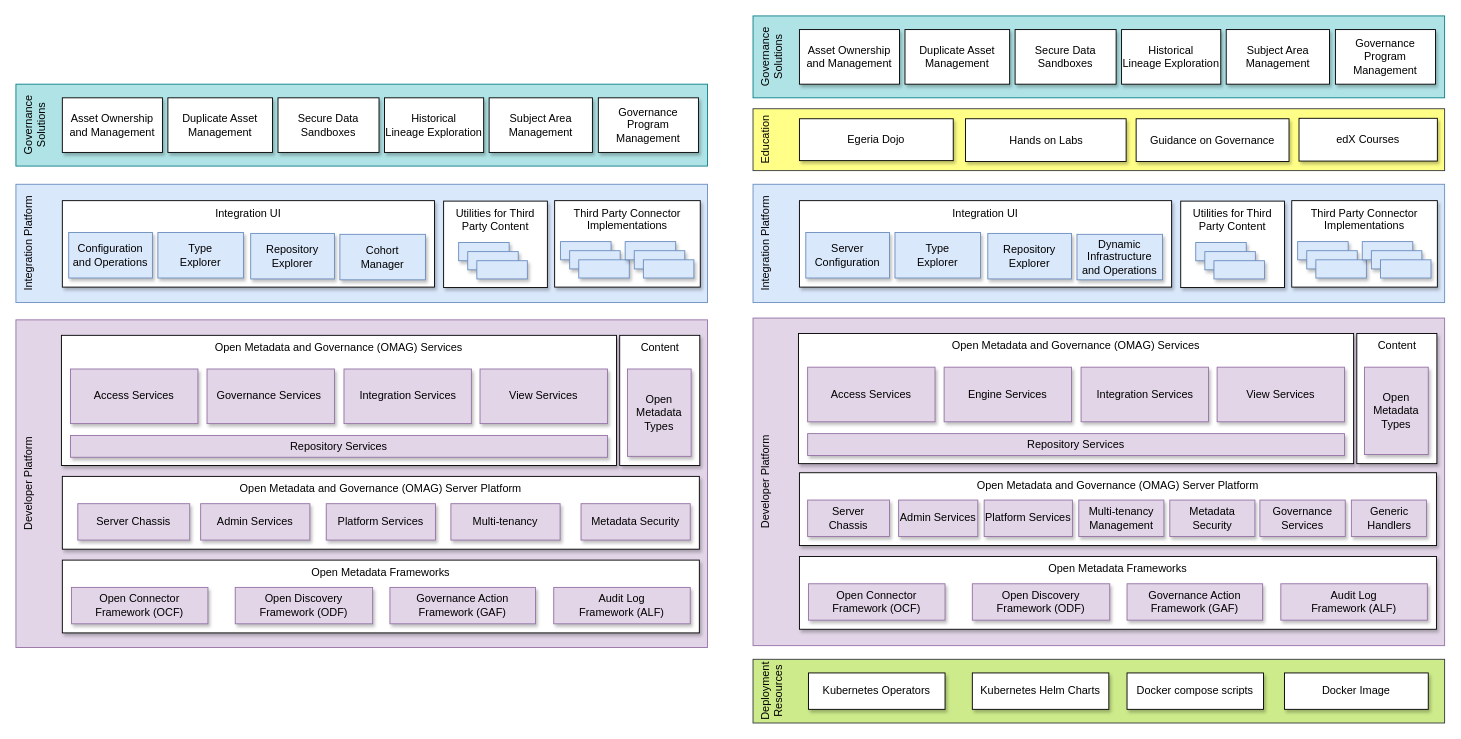
Above: page "functional-organization" (4 of 20) of open-metadata-publication/website/roadmap/egeria-status.drawio in odpi/egeria (draw.io), before the change. Source tidied: cells renumbered, new cells numbered last; positions are measured from the earlier drawing's top-left corner, leaving out a move shared by most shapes. Both pictures are drawn from the tidied source at 91%, with x=0, y=0 at pixel (15, 15).
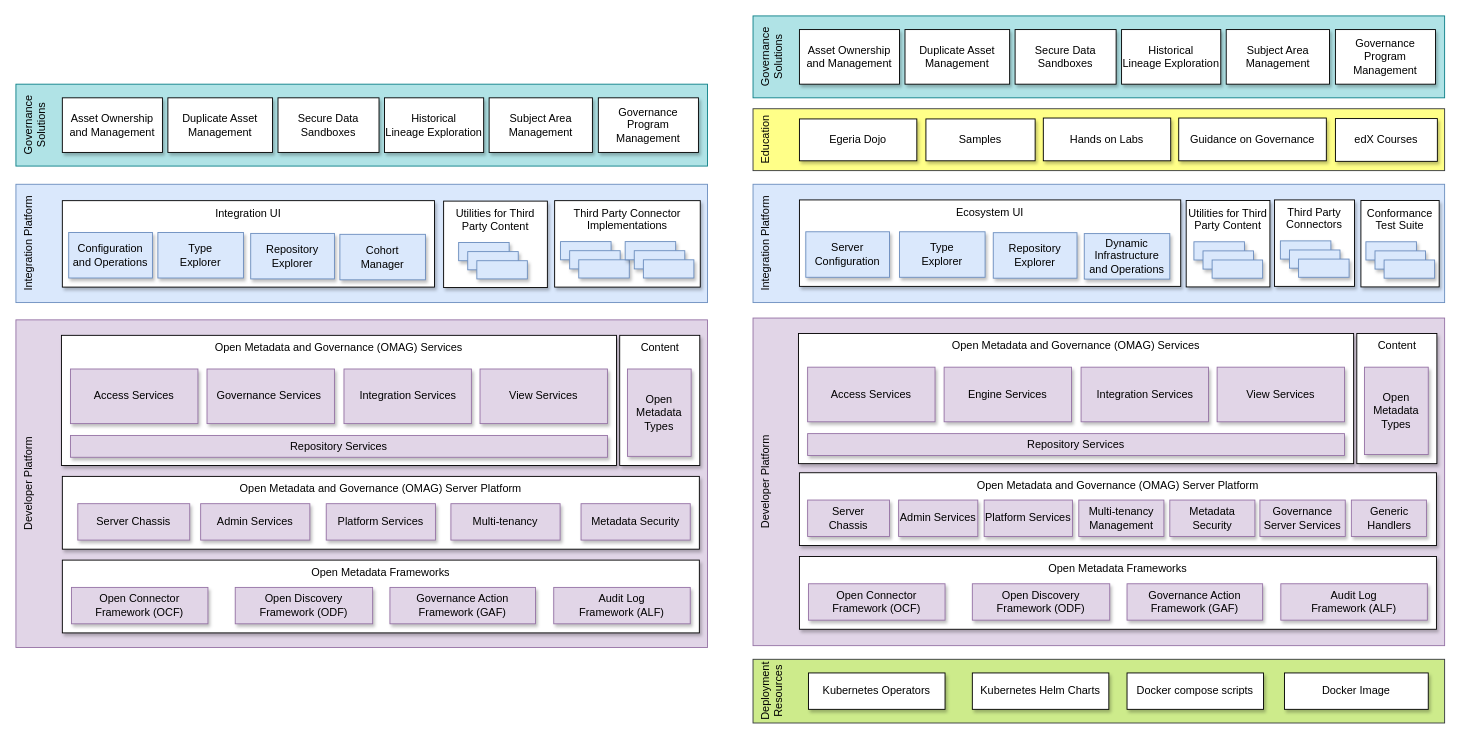
The same diagram, later.

What changed in the source:
```diff
@@
-    <mxCell id="61" value="Hands on Labs" style="rounded=0;whiteSpace=wrap;html=1;align=center;flipH=0;shadow=1;" parent="1" vertex="1">
-      <mxGeometry x="1043.5" y="113" width="176.5" height="47" as="geometry" />
-    </mxCell>
-    <mxCell id="62" value="Egeria Dojo" style="rounded=0;whiteSpace=wrap;html=1;align=center;flipH=0;shadow=1;" parent="1" vertex="1">
-      <mxGeometry x="861" y="113" width="169" height="46" as="geometry" />
-    </mxCell>
@@
-    <mxCell id="64" value="Guidance on Governance" style="rounded=0;whiteSpace=wrap;html=1;align=center;flipH=0;shadow=1;" parent="1" vertex="1">
-      <mxGeometry x="1231" y="113" width="168" height="47" as="geometry" />
-    </mxCell>
@@
-    <mxCell id="69" value="Integration UI" style="rounded=0;whiteSpace=wrap;html=1;align=center;verticalAlign=top;shadow=1;" parent="1" vertex="1">
-      <mxGeometry x="861" y="203" width="409" height="95" as="geometry" />
-    </mxCell>
-    <mxCell id="70" value="Third Party Connector&lt;br&gt;Implementations" style="rounded=0;whiteSpace=wrap;html=1;align=center;verticalAlign=top;shadow=1;" parent="1" vertex="1">
-      <mxGeometry x="1402" y="203" width="160" height="95" as="geometry" />
-    </mxCell>
-    <mxCell id="71" value="Repository&lt;br&gt;Explorer" style="rounded=0;whiteSpace=wrap;html=1;align=center;fillColor=#dae8fc;strokeColor=#6c8ebf;shadow=1;" parent="1" vertex="1">
-      <mxGeometry x="1068" y="239" width="92" height="50" as="geometry" />
-    </mxCell>
-    <mxCell id="72" value="Type&lt;br&gt;Explorer" style="rounded=0;whiteSpace=wrap;html=1;align=center;fillColor=#dae8fc;strokeColor=#6c8ebf;shadow=1;" parent="1" vertex="1">
-      <mxGeometry x="966" y="238" width="94" height="50" as="geometry" />
-    </mxCell>
-    <mxCell id="73" value="Dynamic&lt;br&gt;Infrastructure and Operations" style="rounded=0;whiteSpace=wrap;html=1;align=center;fillColor=#dae8fc;strokeColor=#6c8ebf;shadow=1;" parent="1" vertex="1">
-      <mxGeometry x="1166" y="240" width="94" height="50" as="geometry" />
-    </mxCell>
-    <mxCell id="74" style="rounded=0;whiteSpace=wrap;html=1;align=center;fillColor=#dae8fc;strokeColor=#6c8ebf;shadow=1;" parent="1" vertex="1">
-      <mxGeometry x="1408.5" y="248" width="55.5" height="20" as="geometry" />
-    </mxCell>
-    <mxCell id="75" style="rounded=0;whiteSpace=wrap;html=1;align=center;fillColor=#dae8fc;strokeColor=#6c8ebf;shadow=1;" parent="1" vertex="1">
-      <mxGeometry x="1418.5" y="258" width="55.5" height="20" as="geometry" />
-    </mxCell>
-    <mxCell id="76" style="rounded=0;whiteSpace=wrap;html=1;align=center;fillColor=#dae8fc;strokeColor=#6c8ebf;shadow=1;" parent="1" vertex="1">
-      <mxGeometry x="1428.5" y="268" width="55.5" height="20" as="geometry" />
-    </mxCell>
-    <mxCell id="77" style="rounded=0;whiteSpace=wrap;html=1;align=center;fillColor=#dae8fc;strokeColor=#6c8ebf;shadow=1;" parent="1" vertex="1">
-      <mxGeometry x="1479.5" y="248" width="55.5" height="20" as="geometry" />
-    </mxCell>
-    <mxCell id="78" style="rounded=0;whiteSpace=wrap;html=1;align=center;fillColor=#dae8fc;strokeColor=#6c8ebf;shadow=1;" parent="1" vertex="1">
-      <mxGeometry x="1489.5" y="258" width="55.5" height="20" as="geometry" />
-    </mxCell>
-    <mxCell id="79" style="rounded=0;whiteSpace=wrap;html=1;align=center;fillColor=#dae8fc;strokeColor=#6c8ebf;shadow=1;" parent="1" vertex="1">
-      <mxGeometry x="1499.5" y="268" width="55.5" height="20" as="geometry" />
-    </mxCell>
-    <mxCell id="80" value="Server&lt;br&gt;Configuration" style="rounded=0;whiteSpace=wrap;html=1;align=center;fillColor=#dae8fc;strokeColor=#6c8ebf;shadow=1;" parent="1" vertex="1">
-      <mxGeometry x="868" y="238" width="92" height="50" as="geometry" />
-    </mxCell>
-    <mxCell id="81" value="Utilities for Third Party Content" style="rounded=0;whiteSpace=wrap;html=1;align=center;verticalAlign=top;shadow=1;" parent="1" vertex="1">
-      <mxGeometry x="1280" y="203.5" width="114" height="95" as="geometry" />
-    </mxCell>
-    <mxCell id="82" style="rounded=0;whiteSpace=wrap;html=1;align=center;fillColor=#dae8fc;strokeColor=#6c8ebf;shadow=1;" parent="1" vertex="1">
-      <mxGeometry x="1296.5" y="249" width="55.5" height="20" as="geometry" />
-    </mxCell>
-    <mxCell id="83" style="rounded=0;whiteSpace=wrap;html=1;align=center;fillColor=#dae8fc;strokeColor=#6c8ebf;shadow=1;" parent="1" vertex="1">
-      <mxGeometry x="1306.5" y="259" width="55.5" height="20" as="geometry" />
-    </mxCell>
-    <mxCell id="84" style="rounded=0;whiteSpace=wrap;html=1;align=center;fillColor=#dae8fc;strokeColor=#6c8ebf;shadow=1;" parent="1" vertex="1">
-      <mxGeometry x="1316.5" y="269" width="55.5" height="20" as="geometry" />
-    </mxCell>
@@
-    <mxCell id="101" value="edX Courses" style="rounded=0;whiteSpace=wrap;html=1;align=center;flipH=0;shadow=1;" parent="1" vertex="1">
-      <mxGeometry x="1410" y="112.5" width="152" height="47" as="geometry" />
-    </mxCell>
-    <mxCell id="102" value="Governance Services" style="rounded=0;whiteSpace=wrap;html=1;align=center;shadow=1;fillColor=#e1d5e7;strokeColor=#9673a6;" parent="1" vertex="1">
+    <mxCell id="102" value="Governance Server Services" style="rounded=0;whiteSpace=wrap;html=1;align=center;shadow=1;fillColor=#e1d5e7;strokeColor=#9673a6;" parent="1" vertex="1">
       <mxGeometry x="1367" y="532" width="93.8" height="40" as="geometry" />
     </mxCell>
@@
+    <mxCell id="104" value="Ecosystem UI" style="rounded=0;whiteSpace=wrap;html=1;align=center;verticalAlign=top;shadow=1;" parent="1" vertex="1">
+      <mxGeometry x="861" y="202.2" width="419" height="95" as="geometry" />
+    </mxCell>
+    <mxCell id="105" value="Third Party&lt;br&gt;Connectors" style="rounded=0;whiteSpace=wrap;html=1;align=center;verticalAlign=top;shadow=1;" parent="1" vertex="1">
+      <mxGeometry x="1383" y="202.2" width="88" height="95" as="geometry" />
+    </mxCell>
+    <mxCell id="71" value="Repository&lt;br&gt;Explorer" style="rounded=0;whiteSpace=wrap;html=1;align=center;fillColor=#dae8fc;strokeColor=#6c8ebf;shadow=1;" parent="1" vertex="1">
+      <mxGeometry x="1074" y="238.2" width="92" height="50" as="geometry" />
+    </mxCell>
+    <mxCell id="72" value="Type&lt;br&gt;Explorer" style="rounded=0;whiteSpace=wrap;html=1;align=center;fillColor=#dae8fc;strokeColor=#6c8ebf;shadow=1;" parent="1" vertex="1">
+      <mxGeometry x="971" y="237.2" width="94" height="50" as="geometry" />
+    </mxCell>
+    <mxCell id="73" value="Dynamic&lt;br&gt;Infrastructure and Operations" style="rounded=0;whiteSpace=wrap;html=1;align=center;fillColor=#dae8fc;strokeColor=#6c8ebf;shadow=1;" parent="1" vertex="1">
+      <mxGeometry x="1174" y="239.2" width="94" height="50" as="geometry" />
+    </mxCell>
+    <mxCell id="106" style="rounded=0;whiteSpace=wrap;html=1;align=center;fillColor=#dae8fc;strokeColor=#6c8ebf;shadow=1;" parent="1" vertex="1">
+      <mxGeometry x="1389.5" y="247.2" width="55.5" height="20" as="geometry" />
+    </mxCell>
+    <mxCell id="107" style="rounded=0;whiteSpace=wrap;html=1;align=center;fillColor=#dae8fc;strokeColor=#6c8ebf;shadow=1;" parent="1" vertex="1">
+      <mxGeometry x="1399.5" y="257.2" width="55.5" height="20" as="geometry" />
+    </mxCell>
+    <mxCell id="108" style="rounded=0;whiteSpace=wrap;html=1;align=center;fillColor=#dae8fc;strokeColor=#6c8ebf;shadow=1;" parent="1" vertex="1">
+      <mxGeometry x="1409.5" y="267.2" width="55.5" height="20" as="geometry" />
+    </mxCell>
+    <mxCell id="80" value="Server&lt;br&gt;Configuration" style="rounded=0;whiteSpace=wrap;html=1;align=center;fillColor=#dae8fc;strokeColor=#6c8ebf;shadow=1;" parent="1" vertex="1">
+      <mxGeometry x="868" y="237.2" width="92" height="50" as="geometry" />
+    </mxCell>
+    <mxCell id="81" value="Utilities for Third Party Content" style="rounded=0;whiteSpace=wrap;html=1;align=center;verticalAlign=top;shadow=1;" parent="1" vertex="1">
+      <mxGeometry x="1286" y="202.8" width="92" height="95" as="geometry" />
+    </mxCell>
+    <mxCell id="109" style="rounded=0;whiteSpace=wrap;html=1;align=center;fillColor=#dae8fc;strokeColor=#6c8ebf;shadow=1;" parent="1" vertex="1">
+      <mxGeometry x="1294.5" y="248.2" width="55.5" height="20" as="geometry" />
+    </mxCell>
+    <mxCell id="110" style="rounded=0;whiteSpace=wrap;html=1;align=center;fillColor=#dae8fc;strokeColor=#6c8ebf;shadow=1;" parent="1" vertex="1">
+      <mxGeometry x="1304.5" y="258.2" width="55.5" height="20" as="geometry" />
+    </mxCell>
+    <mxCell id="111" style="rounded=0;whiteSpace=wrap;html=1;align=center;fillColor=#dae8fc;strokeColor=#6c8ebf;shadow=1;" parent="1" vertex="1">
+      <mxGeometry x="1314.5" y="268.2" width="55.5" height="20" as="geometry" />
+    </mxCell>
+    <mxCell id="112" value="Conformance&lt;br&gt;Test Suite" style="rounded=0;whiteSpace=wrap;html=1;align=center;verticalAlign=top;shadow=1;" parent="1" vertex="1">
+      <mxGeometry x="1478" y="202.8" width="86" height="95" as="geometry" />
+    </mxCell>
+    <mxCell id="113" style="rounded=0;whiteSpace=wrap;html=1;align=center;fillColor=#dae8fc;strokeColor=#6c8ebf;shadow=1;" parent="1" vertex="1">
+      <mxGeometry x="1483.5" y="248.2" width="55.5" height="20" as="geometry" />
+    </mxCell>
+    <mxCell id="114" style="rounded=0;whiteSpace=wrap;html=1;align=center;fillColor=#dae8fc;strokeColor=#6c8ebf;shadow=1;" parent="1" vertex="1">
+      <mxGeometry x="1493.5" y="258.2" width="55.5" height="20" as="geometry" />
+    </mxCell>
+    <mxCell id="115" style="rounded=0;whiteSpace=wrap;html=1;align=center;fillColor=#dae8fc;strokeColor=#6c8ebf;shadow=1;" parent="1" vertex="1">
+      <mxGeometry x="1503.5" y="268.2" width="55.5" height="20" as="geometry" />
+    </mxCell>
+    <mxCell id="61" value="Hands on Labs" style="rounded=0;whiteSpace=wrap;html=1;align=center;flipH=0;shadow=1;" parent="1" vertex="1">
+      <mxGeometry x="1129" y="112.2" width="140" height="47" as="geometry" />
+    </mxCell>
+    <mxCell id="62" value="Egeria Dojo" style="rounded=0;whiteSpace=wrap;html=1;align=center;flipH=0;shadow=1;" parent="1" vertex="1">
+      <mxGeometry x="861" y="113.2" width="129" height="46" as="geometry" />
+    </mxCell>
+    <mxCell id="64" value="Guidance on Governance" style="rounded=0;whiteSpace=wrap;html=1;align=center;flipH=0;shadow=1;" parent="1" vertex="1">
+      <mxGeometry x="1277.8" y="112.2" width="162.2" height="47" as="geometry" />
+    </mxCell>
+    <mxCell id="101" value="edX Courses" style="rounded=0;whiteSpace=wrap;html=1;align=center;flipH=0;shadow=1;" parent="1" vertex="1">
+      <mxGeometry x="1450" y="112.8" width="112" height="47" as="geometry" />
+    </mxCell>
+    <mxCell id="116" value="Samples" style="rounded=0;whiteSpace=wrap;html=1;align=center;flipH=0;shadow=1;" parent="1" vertex="1">
+      <mxGeometry x="1000" y="113.2" width="120" height="46" as="geometry" />
+    </mxCell>
```
